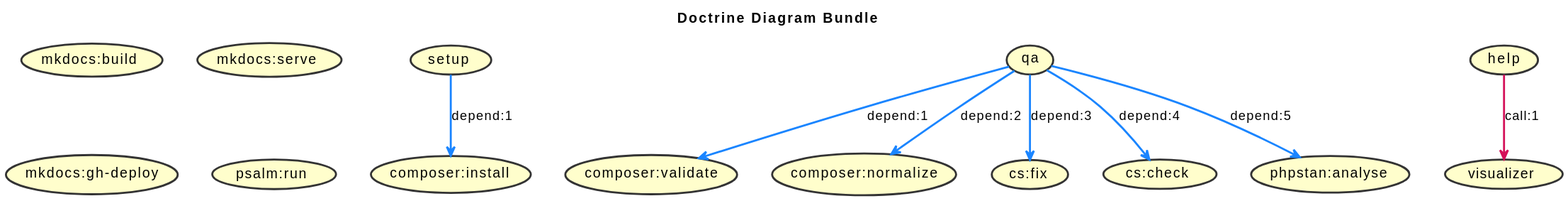
The PlantUML diagram docs/build.svg in jawira/doctrine-diagram-bundle, before a commit.
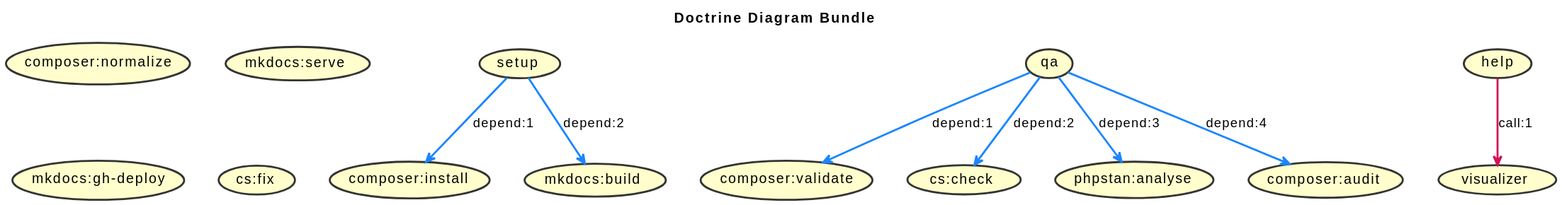
The same diagram one commit later.

The edit, as a diff of the source:
```diff
@@ -15,16 +15,17 @@
 
 
 (setup) -[#1A85FF]-> (composer:install) : depend:1
+(setup) -[#1A85FF]-> (mkdocs:build) : depend:2
 (qa) -[#1A85FF]-> (composer:validate) : depend:1
-(qa) -[#1A85FF]-> (composer:normalize) : depend:2
-(qa) -[#1A85FF]-> (cs:fix) : depend:3
-(qa) -[#1A85FF]-> (cs:check) : depend:4
-(qa) -[#1A85FF]-> (phpstan:analyse) : depend:5
+(qa) -[#1A85FF]-> (cs:check) : depend:2
+(qa) -[#1A85FF]-> (phpstan:analyse) : depend:3
+(qa) -[#1A85FF]-> (composer:audit) : depend:4
 (help) -[#D41159]-> (visualizer) : call:1
 (setup)
 (qa)
 (phpstan:analyse)
 (composer:install)
+(composer:audit)
 (composer:validate)
 (composer:normalize)
 (help)
@@ -32,7 +33,6 @@
 (mkdocs:build)
 (mkdocs:serve)
 (mkdocs:gh-deploy)
-(psalm:run)
 (cs:fix)
 (cs:check)
 @enduml
```
